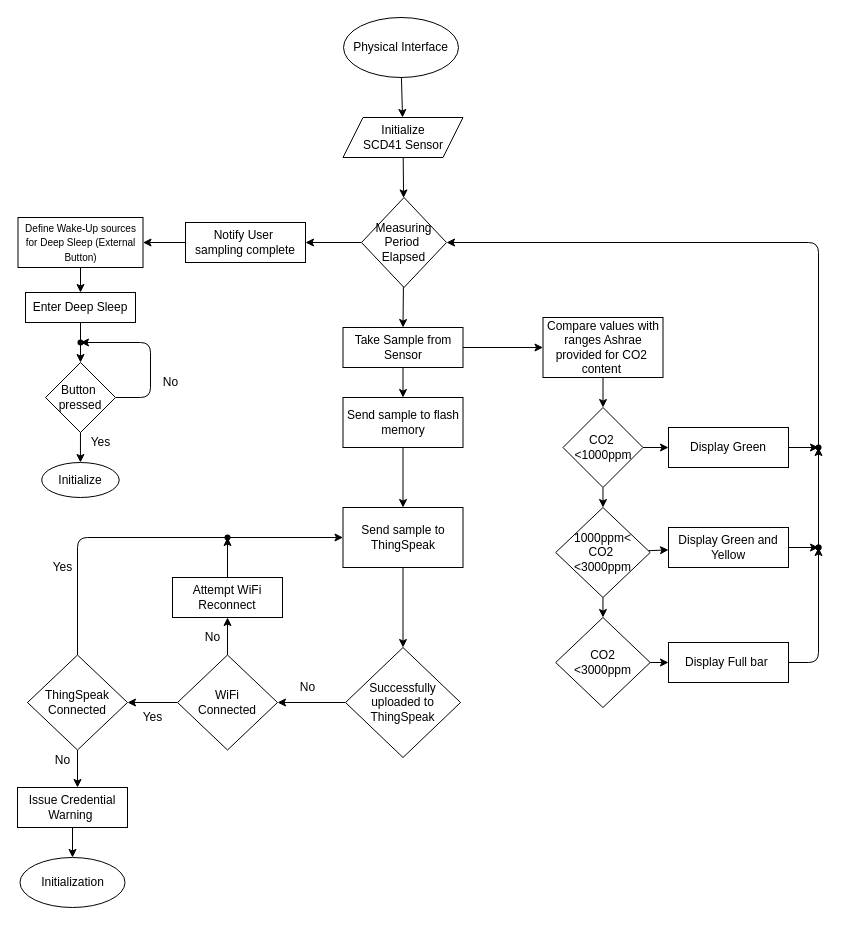
This is page "Physical Interface" (3 of 3) of SWFlowchart.drawio from EE-Team10-Capstone/Diagrams, a draw.io file, before an edit. Source tidied: cells renumbered, new cells numbered last; positions are measured from the earlier drawing's top-left corner, leaving out a move shared by most shapes. Both pictures are drawn from the tidied source at 100%, with x=0, y=0 at pixel (17, 17).
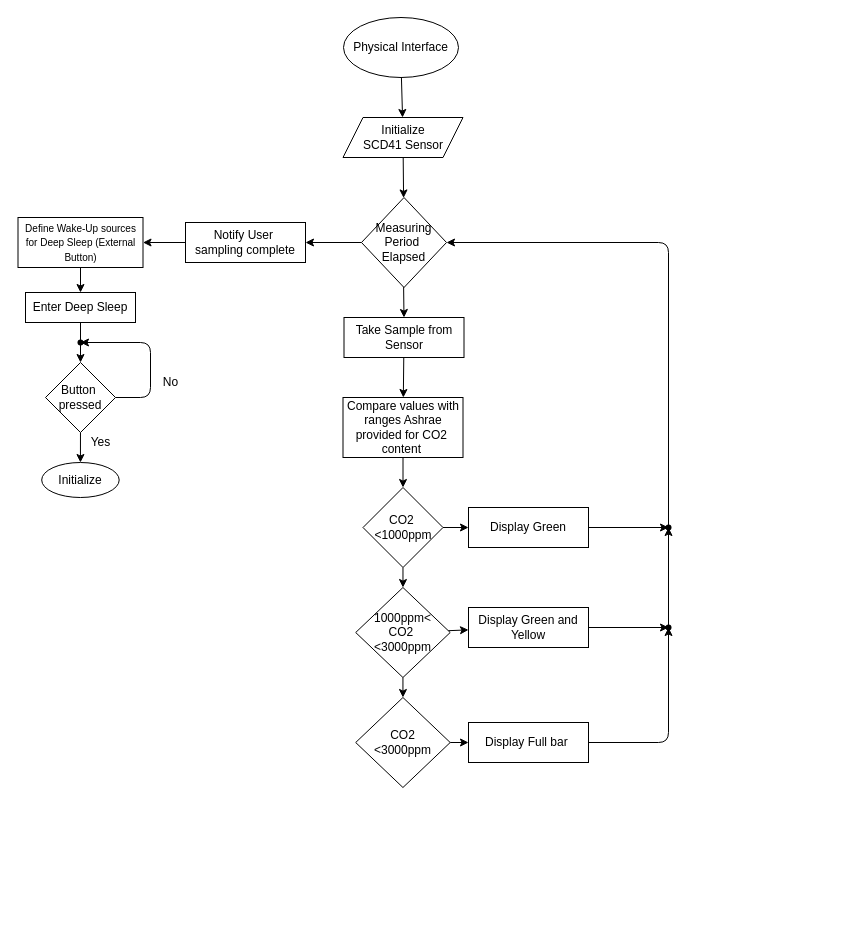
Above is the later version.

The change refers to these unchanged cells:
```xml
<mxCell id="33" value="Measuring&lt;br&gt;Period&amp;nbsp;&lt;br&gt;Elapsed" style="rhombus;whiteSpace=wrap;html=1;" parent="1" vertex="1">
  <mxGeometry x="344" y="180" width="85" height="90" as="geometry" />
</mxCell>
```

Diff of the diagram source:
```diff
@@
-    <mxCell id="4" style="edgeStyle=none;html=1;" parent="1" edge="1" source="6" target="8">
-      <mxGeometry relative="1" as="geometry" />
-    </mxCell>
@@
     <mxCell id="6" value="Take Sample from Sensor" style="whiteSpace=wrap;html=1;" parent="1" vertex="1">
-      <mxGeometry x="325.5" y="310" width="120" height="40" as="geometry" />
+      <mxGeometry x="326.5" y="300" width="120" height="40" as="geometry" />
     </mxCell>
-    <mxCell id="7" style="edgeStyle=none;html=1;" parent="1" edge="1" source="8" target="30">
-      <mxGeometry relative="1" as="geometry" />
-    </mxCell>
-    <mxCell id="8" value="Send sample to flash memory" style="whiteSpace=wrap;html=1;" parent="1" vertex="1">
-      <mxGeometry x="325.5" y="380" width="120" height="50" as="geometry" />
-    </mxCell>
@@
-    <mxCell id="10" style="edgeStyle=none;html=1;" parent="1" edge="1" source="11">
-      <mxGeometry relative="1" as="geometry">
-        <mxPoint x="260" y="685" as="targetPoint" />
-      </mxGeometry>
-    </mxCell>
-    <mxCell id="11" value="Successfully uploaded to ThingSpeak" style="rhombus;whiteSpace=wrap;html=1;" parent="1" vertex="1">
-      <mxGeometry x="328" y="630" width="115" height="110" as="geometry" />
-    </mxCell>
-    <mxCell id="12" value="No" style="text;html=1;align=center;verticalAlign=middle;strokeColor=none;" parent="1" vertex="1">
-      <mxGeometry x="275" y="660" width="30" height="20" as="geometry" />
-    </mxCell>
-    <mxCell id="13" style="edgeStyle=none;html=1;" parent="1" edge="1" source="15" target="18">
-      <mxGeometry relative="1" as="geometry" />
-    </mxCell>
-    <mxCell id="14" style="edgeStyle=none;html=1;" parent="1" edge="1" source="15" target="24">
-      <mxGeometry relative="1" as="geometry" />
-    </mxCell>
-    <mxCell id="15" value="WiFi&lt;br&gt;Connected" style="rhombus;whiteSpace=wrap;html=1;" parent="1" vertex="1">
-      <mxGeometry x="160" y="637.5" width="100" height="95" as="geometry" />
-    </mxCell>
-    <mxCell id="16" style="edgeStyle=none;html=1;" parent="1" edge="1">
-      <mxGeometry relative="1" as="geometry">
-        <mxPoint x="210" y="900" as="sourcePoint" />
-        <mxPoint x="210" y="900" as="targetPoint" />
-      </mxGeometry>
-    </mxCell>
-    <mxCell id="17" style="edgeStyle=none;html=1;" parent="1" edge="1" source="18">
-      <mxGeometry relative="1" as="geometry">
-        <mxPoint x="60" y="770" as="targetPoint" />
-      </mxGeometry>
-    </mxCell>
-    <mxCell id="18" value="ThingSpeak&lt;br&gt;Connected" style="rhombus;whiteSpace=wrap;html=1;" parent="1" vertex="1">
-      <mxGeometry x="10" y="637.5" width="100" height="95" as="geometry" />
-    </mxCell>
-    <mxCell id="19" value="Yes" style="text;html=1;align=center;verticalAlign=middle;strokeColor=none;" parent="1" vertex="1">
-      <mxGeometry x="115" y="690" width="40" height="20" as="geometry" />
-    </mxCell>
-    <mxCell id="20" style="endArrow=classic;html=1;exitX=0.5;exitY=0;exitDx=0;exitDy=0;entryX=0;entryY=0.5;entryDx=0;entryDy=0;" parent="1" edge="1" source="18" target="30">
-      <mxGeometry relative="1" as="geometry">
-        <Array as="points">
-          <mxPoint x="60" y="520" />
-        </Array>
-      </mxGeometry>
-    </mxCell>
-    <mxCell id="21" value="Yes" style="text;html=1;align=center;verticalAlign=middle;strokeColor=none;" parent="1" vertex="1">
-      <mxGeometry x="25" y="540" width="40" height="20" as="geometry" />
-    </mxCell>
-    <mxCell id="22" value="No" style="text;html=1;align=center;verticalAlign=middle;strokeColor=none;" parent="1" vertex="1">
-      <mxGeometry x="180" y="610" width="30" height="20" as="geometry" />
-    </mxCell>
-    <mxCell id="23" style="edgeStyle=none;html=1;" parent="1" edge="1" source="24" target="31">
-      <mxGeometry relative="1" as="geometry" />
-    </mxCell>
-    <mxCell id="24" value="Attempt WiFi Reconnect" style="rounded=0;whiteSpace=wrap;html=1;" parent="1" vertex="1">
-      <mxGeometry x="155" y="560" width="110" height="40" as="geometry" />
-    </mxCell>
-    <mxCell id="25" value="No" style="text;html=1;align=center;verticalAlign=middle;strokeColor=none;" parent="1" vertex="1">
-      <mxGeometry x="30" y="732.5" width="30" height="20" as="geometry" />
-    </mxCell>
-    <mxCell id="26" style="edgeStyle=none;html=1;" parent="1" edge="1" source="27" target="28">
-      <mxGeometry relative="1" as="geometry" />
-    </mxCell>
-    <mxCell id="27" value="Issue Credential&lt;br&gt;Warning&amp;nbsp;" style="rounded=0;whiteSpace=wrap;html=1;" parent="1" vertex="1">
-      <mxGeometry y="770" width="110" height="40" as="geometry" />
-    </mxCell>
-    <mxCell id="28" value="Initialization" style="ellipse;whiteSpace=wrap;html=1;rounded=0;" parent="1" vertex="1">
-      <mxGeometry x="2.5" y="840" width="105" height="50" as="geometry" />
-    </mxCell>
-    <mxCell id="29" style="edgeStyle=none;html=1;" parent="1" edge="1" source="30" target="11">
-      <mxGeometry relative="1" as="geometry" />
-    </mxCell>
-    <mxCell id="30" value="Send sample to ThingSpeak" style="whiteSpace=wrap;html=1;" parent="1" vertex="1">
-      <mxGeometry x="325.5" y="490" width="120" height="60" as="geometry" />
-    </mxCell>
-    <mxCell id="31" style="shape=waypoint;size=6;points=[];fillColor=#2a2a2a;perimeter=centerPerimeter;snapToPoint=1;rounded=0;" parent="1" vertex="1">
-      <mxGeometry x="190" y="500" width="40" height="40" as="geometry" />
-    </mxCell>
@@
     <mxCell id="34" style="edgeStyle=none;html=1;" parent="1" edge="1" source="35">
       <mxGeometry relative="1" as="geometry">
-        <mxPoint x="585.5" y="390" as="targetPoint" />
+        <mxPoint x="385.5" y="470" as="targetPoint" />
       </mxGeometry>
     </mxCell>
     <mxCell id="35" value="Compare values with ranges Ashrae provided for CO2&amp;nbsp;&lt;br&gt;content&amp;nbsp;" style="whiteSpace=wrap;html=1;" parent="1" vertex="1">
-      <mxGeometry x="525.5" y="300" width="120" height="60" as="geometry" />
+      <mxGeometry x="325.5" y="380" width="120" height="60" as="geometry" />
     </mxCell>
@@
     <mxCell id="38" value="CO2&amp;nbsp;&lt;br&gt;&amp;lt;1000ppm" style="rhombus;whiteSpace=wrap;html=1;" parent="1" vertex="1">
-      <mxGeometry x="545.5" y="390" width="80" height="80" as="geometry" />
+      <mxGeometry x="345.5" y="470" width="80" height="80" as="geometry" />
     </mxCell>
@@
     <mxCell id="41" value="1000ppm&amp;lt;&lt;br&gt;CO2&amp;nbsp;&lt;br&gt;&amp;lt;3000ppm" style="rhombus;whiteSpace=wrap;html=1;" parent="1" vertex="1">
-      <mxGeometry x="538.2" y="490" width="94.5" height="90" as="geometry" />
+      <mxGeometry x="338.2" y="570" width="94.5" height="90" as="geometry" />
     </mxCell>
@@
     <mxCell id="43" value="CO2&lt;br&gt;&amp;lt;3000ppm" style="rhombus;whiteSpace=wrap;html=1;" parent="1" vertex="1">
-      <mxGeometry x="538.2" y="600" width="94.5" height="90" as="geometry" />
+      <mxGeometry x="338.2" y="680" width="94.5" height="90" as="geometry" />
     </mxCell>
-    <mxCell id="44" style="edgeStyle=none;html=1;" parent="1" edge="1" source="45" target="53">
-      <mxGeometry relative="1" as="geometry" />
-    </mxCell>
+    <mxCell id="71" style="edgeStyle=none;html=1;" parent="1" edge="1" source="45" target="73">
+      <mxGeometry relative="1" as="geometry" />
+    </mxCell>
     <mxCell id="45" value="Display Green" style="whiteSpace=wrap;html=1;" parent="1" vertex="1">
-      <mxGeometry x="651" y="410" width="120" height="40" as="geometry" />
+      <mxGeometry x="451" y="490" width="120" height="40" as="geometry" />
     </mxCell>
-    <mxCell id="46" style="edgeStyle=none;html=1;" parent="1" edge="1" source="47" target="50">
-      <mxGeometry relative="1" as="geometry" />
-    </mxCell>
+    <mxCell id="72" style="edgeStyle=none;html=1;" parent="1" edge="1" source="47" target="74">
+      <mxGeometry relative="1" as="geometry" />
+    </mxCell>
     <mxCell id="47" value="Display Green and Yellow" style="whiteSpace=wrap;html=1;" parent="1" vertex="1">
-      <mxGeometry x="651" y="510" width="120" height="40" as="geometry" />
+      <mxGeometry x="451" y="590" width="120" height="40" as="geometry" />
     </mxCell>
-    <mxCell id="48" style="edgeStyle=none;html=1;exitX=1;exitY=0.5;exitDx=0;exitDy=0;" parent="1" edge="1" source="49" target="52">
-      <mxGeometry relative="1" as="geometry">
-        <Array as="points">
-          <mxPoint x="801" y="645" />
-        </Array>
-      </mxGeometry>
-    </mxCell>
     <mxCell id="49" value="&lt;span&gt;Display Full bar&amp;nbsp;&lt;/span&gt;" style="whiteSpace=wrap;html=1;" parent="1" vertex="1">
-      <mxGeometry x="651" y="625" width="120" height="40" as="geometry" />
+      <mxGeometry x="451" y="705" width="120" height="40" as="geometry" />
     </mxCell>
-    <mxCell id="50" style="shape=waypoint;size=6;points=[];fillColor=#2a2a2a;perimeter=centerPerimeter;snapToPoint=1;" parent="1" vertex="1">
-      <mxGeometry x="781" y="510" width="40" height="40" as="geometry" />
-    </mxCell>
-    <mxCell id="51" style="edgeStyle=none;html=1;" parent="1" edge="1" source="52" target="53">
-      <mxGeometry relative="1" as="geometry" />
-    </mxCell>
-    <mxCell id="52" style="shape=waypoint;size=6;points=[];fillColor=#2a2a2a;perimeter=centerPerimeter;snapToPoint=1;" parent="1" vertex="1">
-      <mxGeometry x="781" y="510" width="40" height="40" as="geometry" />
-    </mxCell>
-    <mxCell id="53" style="shape=waypoint;size=6;points=[];fillColor=#2a2a2a;perimeter=centerPerimeter;snapToPoint=1;" parent="1" vertex="1">
-      <mxGeometry x="781" y="410" width="40" height="40" as="geometry" />
-    </mxCell>
-    <mxCell id="54" style="endArrow=classic;html=1;exitX=0.575;exitY=0.508;exitDx=0;exitDy=0;exitPerimeter=0;entryX=1;entryY=0.5;entryDx=0;entryDy=0;" parent="1" edge="1" source="53" target="33">
-      <mxGeometry relative="1" as="geometry">
-        <Array as="points">
-          <mxPoint x="801" y="225" />
-        </Array>
-      </mxGeometry>
-    </mxCell>
@@
+    <mxCell id="73" style="shape=waypoint;size=6;points=[];fillColor=#2a2a2a;perimeter=centerPerimeter;snapToPoint=1;" parent="1" vertex="1">
+      <mxGeometry x="631" y="490" width="40" height="40" as="geometry" />
+    </mxCell>
+    <mxCell id="74" style="shape=waypoint;size=6;points=[];fillColor=#2a2a2a;perimeter=centerPerimeter;snapToPoint=1;" parent="1" vertex="1">
+      <mxGeometry x="631" y="590" width="40" height="40" as="geometry" />
+    </mxCell>
+    <mxCell id="75" style="endArrow=classic;html=1;exitX=1;exitY=0.5;exitDx=0;exitDy=0;entryX=0.575;entryY=0.55;entryDx=0;entryDy=0;entryPerimeter=0;" parent="1" edge="1" source="49" target="74">
+      <mxGeometry relative="1" as="geometry">
+        <Array as="points">
+          <mxPoint x="651" y="725" />
+        </Array>
+      </mxGeometry>
+    </mxCell>
+    <mxCell id="76" style="endArrow=classic;html=1;exitX=0.575;exitY=0.5;exitDx=0;exitDy=0;exitPerimeter=0;entryX=0.45;entryY=0.475;entryDx=0;entryDy=0;entryPerimeter=0;" parent="1" edge="1" source="74" target="73">
+      <mxGeometry relative="1" as="geometry" />
+    </mxCell>
+    <mxCell id="77" style="endArrow=classic;html=1;entryX=1;entryY=0.5;entryDx=0;entryDy=0;" parent="1" edge="1" target="33">
+      <mxGeometry relative="1" as="geometry">
+        <mxPoint x="651" y="510" as="sourcePoint" />
+        <Array as="points">
+          <mxPoint x="651" y="225" />
+        </Array>
+      </mxGeometry>
+    </mxCell>
```
